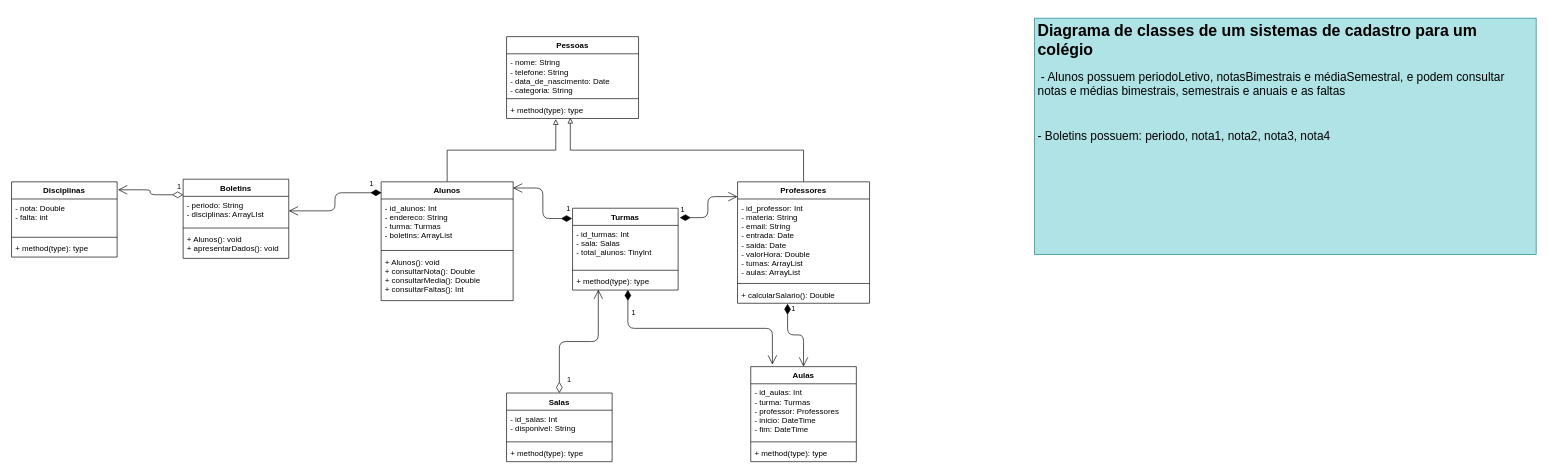
The draw.io diagram diagrama_classes.drawio in moreirafelipe/dh-poo-checkpoint1, before the edit. Source tidied: cells renumbered, new cells numbered last; positions are measured from the earlier drawing's top-left corner, leaving out a move shared by most shapes. Both pictures are drawn from the tidied source at 66%, with x=0, y=0 at pixel (11, 18).
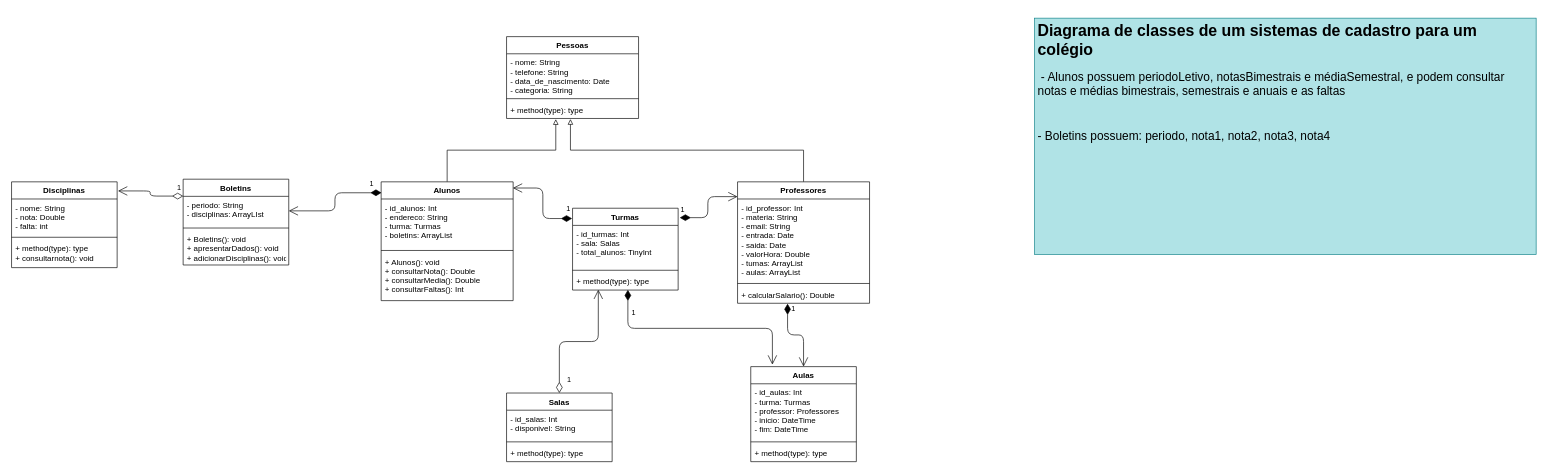
The same diagram, later.

Unchanged cells that the change refers to:
```xml
<mxCell id="15" value="Professores" style="swimlane;fontStyle=1;align=center;verticalAlign=top;horizontal=1;startSize=26;" parent="1" vertex="1">
  <mxGeometry x="1100" y="248" width="200" height="184" as="geometry" />
</mxCell>
<mxCell id="28" value="+ method(type): type" style="text;strokeColor=none;fillColor=none;align=left;verticalAlign=top;spacingLeft=4;spacingRight=4;overflow=hidden;points=[[0,0.5],[1,0.5]];portConstraint=eastwest;" parent="25" vertex="1">
  <mxGeometry y="98" width="200" height="26" as="geometry" />
</mxCell>
```

What changed in the source:
```diff
@@
-    <mxCell id="14" style="edgeStyle=orthogonalEdgeStyle;rounded=0;jettySize=auto;html=1;entryX=0.483;entryY=0.962;entryDx=0;entryDy=0;entryPerimeter=0;endArrow=block;endFill=0;" parent="1" edge="1" source="15" target="28">
+    <mxCell id="14" style="edgeStyle=orthogonalEdgeStyle;rounded=0;jettySize=auto;html=1;entryX=0.484;entryY=1.033;entryDx=0;entryDy=0;entryPerimeter=0;endArrow=block;endFill=0;" parent="1" edge="1" source="15" target="28">
       <mxGeometry relative="1" as="geometry" />
     </mxCell>
@@
     <mxCell id="29" value="Boletins" style="swimlane;fontStyle=1;align=center;verticalAlign=top;horizontal=1;startSize=26;" parent="1" vertex="1">
-      <mxGeometry x="260" y="244" width="160" height="120" as="geometry" />
+      <mxGeometry x="260" y="244" width="160" height="130" as="geometry" />
     </mxCell>
@@
-    <mxCell id="32" value="+ Alunos(): void&#10;+ apresentarDados(): void" style="text;strokeColor=none;fillColor=none;align=left;verticalAlign=top;spacingLeft=4;spacingRight=4;overflow=hidden;" parent="29" vertex="1">
-      <mxGeometry y="78" width="160" height="42" as="geometry" />
+    <mxCell id="32" value="+ Boletins(): void&#10;+ apresentarDados(): void&#10;+ adicionarDisciplinas(): void" style="text;strokeColor=none;fillColor=none;align=left;verticalAlign=top;spacingLeft=4;spacingRight=4;overflow=hidden;" parent="29" vertex="1">
+      <mxGeometry y="78" width="160" height="52" as="geometry" />
     </mxCell>
@@
     <mxCell id="39" value="Disciplinas" style="swimlane;fontStyle=1;align=center;verticalAlign=top;horizontal=1;startSize=26;" parent="1" vertex="1">
-      <mxGeometry y="248" width="160" height="114" as="geometry" />
+      <mxGeometry y="248" width="160" height="130" as="geometry" />
     </mxCell>
-    <mxCell id="40" value="- nota: Double&#10;- falta: int" style="text;strokeColor=none;fillColor=none;align=left;verticalAlign=top;spacingLeft=4;spacingRight=4;overflow=hidden;" parent="39" vertex="1">
+    <mxCell id="40" value="- nome: String&#10;- nota: Double&#10;- falta: int" style="text;strokeColor=none;fillColor=none;align=left;verticalAlign=top;spacingLeft=4;spacingRight=4;overflow=hidden;" parent="39" vertex="1">
       <mxGeometry y="26" width="160" height="54" as="geometry" />
     </mxCell>
@@
-    <mxCell id="42" value="+ method(type): type" style="text;strokeColor=none;fillColor=none;align=left;verticalAlign=top;spacingLeft=4;spacingRight=4;overflow=hidden;" parent="39" vertex="1">
-      <mxGeometry y="88" width="160" height="26" as="geometry" />
+    <mxCell id="42" value="+ method(type): type&#10;+ consultarnota(): void" style="text;strokeColor=none;fillColor=none;align=left;verticalAlign=top;spacingLeft=4;spacingRight=4;overflow=hidden;" parent="39" vertex="1">
+      <mxGeometry y="88" width="160" height="42" as="geometry" />
     </mxCell>
```
